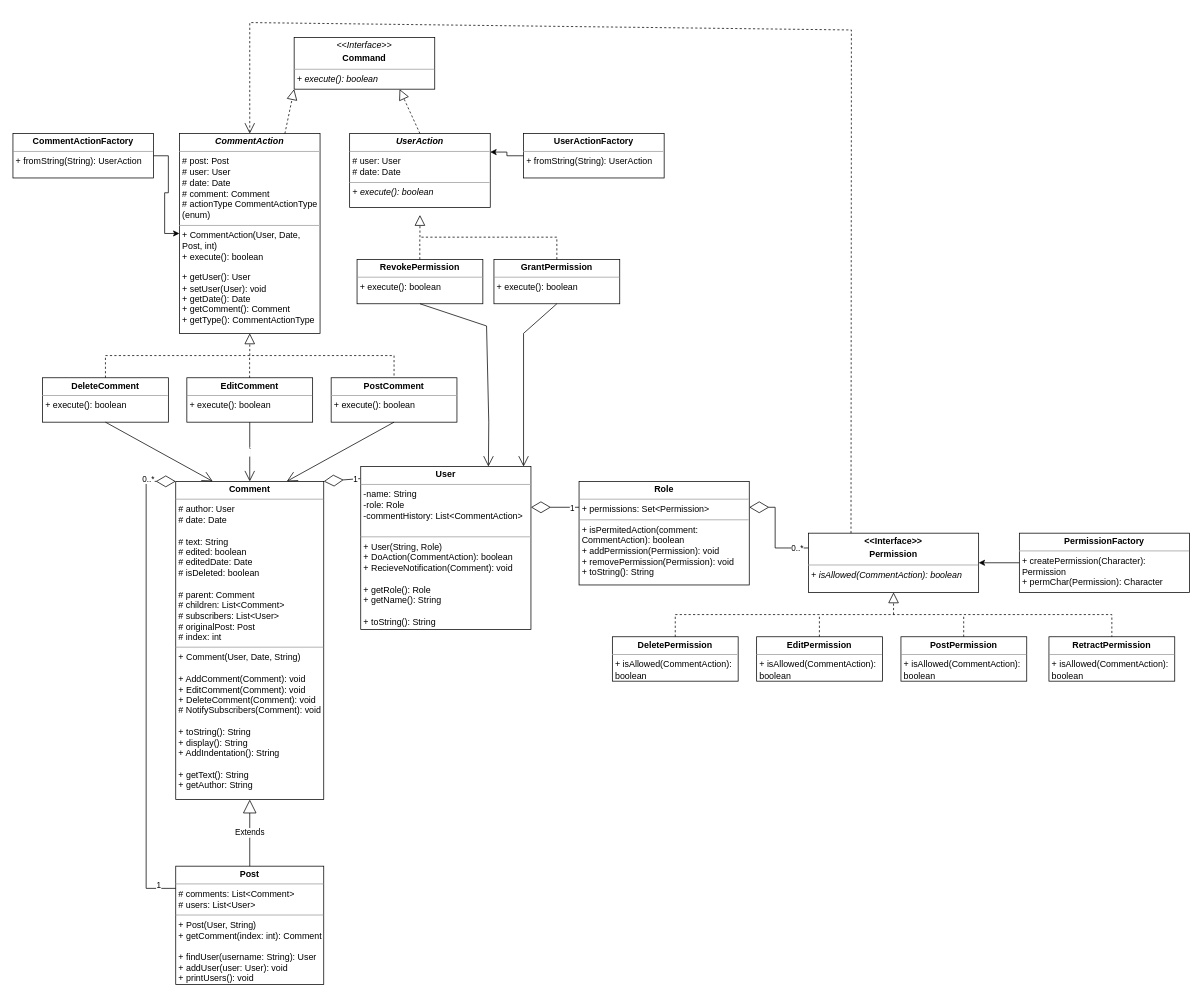
This is UML.drawio from pricedown/ThreadedComments, a draw.io file, before an edit. Source tidied: cells renumbered, new cells numbered last; positions are measured from the earlier drawing's top-left corner, leaving out a move shared by most shapes. Both pictures are drawn from the tidied source at 74%, with x=0, y=0 at pixel (13, 15).
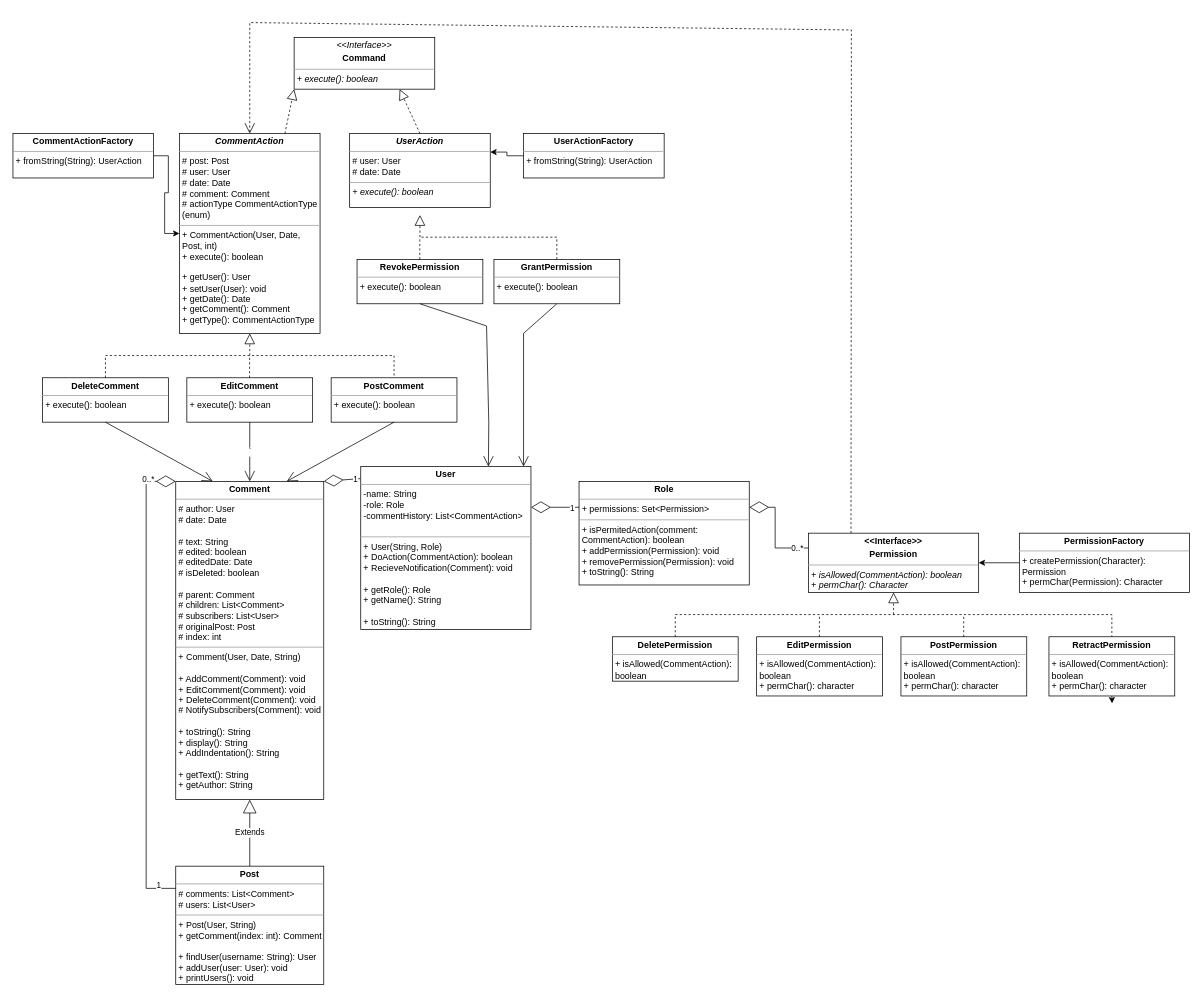
Above is the later version.

Commit message (it also covers changes not shown here):
Better permission scalability

The change refers to these unchanged cells:
```xml
<mxCell id="41" style="group;" parent="40" vertex="1">
  <mxGeometry width="1090" height="640" as="geometry" />
</mxCell>
```

Diff of the diagram source:
```diff
@@
     <mxCell id="42" style="group;" parent="41" vertex="1">
-      <mxGeometry x="265" width="825" height="270" as="geometry" />
+      <mxGeometry x="265" width="825" height="290" as="geometry" />
     </mxCell>
@@
-    <mxCell id="44" value="&lt;p style=&quot;margin:0px;margin-top:4px;text-align:center;&quot;&gt;&lt;b&gt;&amp;lt;&amp;lt;Interface&amp;gt;&amp;gt;&lt;/b&gt;&lt;/p&gt;&lt;p style=&quot;margin:0px;margin-top:4px;text-align:center;&quot;&gt;&lt;b&gt;Permission&lt;/b&gt;&lt;/p&gt;&lt;hr size=&quot;1&quot;&gt;&lt;p style=&quot;margin:0px;margin-left:4px;&quot;&gt;&lt;span style=&quot;background-color: initial;&quot;&gt;&lt;i&gt;+ isAllowed(CommentAction): boolean&lt;/i&gt;&lt;/span&gt;&lt;/p&gt;" style="verticalAlign=top;align=left;overflow=fill;fontSize=12;fontFamily=Helvetica;html=1;whiteSpace=wrap;" parent="42" vertex="1">
+    <mxCell id="44" value="&lt;p style=&quot;margin:0px;margin-top:4px;text-align:center;&quot;&gt;&lt;b&gt;&amp;lt;&amp;lt;Interface&amp;gt;&amp;gt;&lt;/b&gt;&lt;/p&gt;&lt;p style=&quot;margin:0px;margin-top:4px;text-align:center;&quot;&gt;&lt;b&gt;Permission&lt;/b&gt;&lt;/p&gt;&lt;hr size=&quot;1&quot;&gt;&lt;p style=&quot;margin:0px;margin-left:4px;&quot;&gt;&lt;span style=&quot;background-color: initial;&quot;&gt;&lt;i&gt;+ isAllowed(CommentAction): boolean&lt;/i&gt;&lt;/span&gt;&lt;/p&gt;&lt;p style=&quot;margin:0px;margin-left:4px;&quot;&gt;&lt;i&gt;+ permChar(): Character&lt;/i&gt;&lt;/p&gt;" style="verticalAlign=top;align=left;overflow=fill;fontSize=12;fontFamily=Helvetica;html=1;whiteSpace=wrap;" parent="42" vertex="1">
       <mxGeometry x="310" y="70" width="230" height="80" as="geometry" />
     </mxCell>
@@
-    <mxCell id="46" value="&lt;p style=&quot;margin:0px;margin-top:4px;text-align:center;&quot;&gt;&lt;b&gt;EditPermission&lt;/b&gt;&lt;/p&gt;&lt;hr size=&quot;1&quot;&gt;&lt;p style=&quot;margin:0px;margin-left:4px;&quot;&gt;&lt;span style=&quot;background-color: initial;&quot;&gt;+ isAllowed(CommentAction): boolean&lt;/span&gt;&lt;/p&gt;" style="verticalAlign=top;align=left;overflow=fill;fontSize=12;fontFamily=Helvetica;html=1;whiteSpace=wrap;" parent="42" vertex="1">
-      <mxGeometry x="240" y="210" width="170" height="60" as="geometry" />
+    <mxCell id="46" value="&lt;p style=&quot;margin:0px;margin-top:4px;text-align:center;&quot;&gt;&lt;b&gt;EditPermission&lt;/b&gt;&lt;/p&gt;&lt;hr size=&quot;1&quot;&gt;&lt;p style=&quot;margin:0px;margin-left:4px;&quot;&gt;&lt;span style=&quot;background-color: initial;&quot;&gt;+ isAllowed(CommentAction): boolean&lt;/span&gt;&lt;/p&gt;&lt;p style=&quot;margin:0px;margin-left:4px;&quot;&gt;&lt;span style=&quot;background-color: initial;&quot;&gt;+ permChar(): character&lt;/span&gt;&lt;/p&gt;" style="verticalAlign=top;align=left;overflow=fill;fontSize=12;fontFamily=Helvetica;html=1;whiteSpace=wrap;" parent="42" vertex="1">
+      <mxGeometry x="240" y="210" width="170" height="80" as="geometry" />
     </mxCell>
+    <mxCell id="62" style="edgeStyle=orthogonalEdgeStyle;rounded=0;jettySize=auto;html=1;exitX=0.5;exitY=1;exitDx=0;exitDy=0;" parent="42" edge="1" source="47">
+      <mxGeometry relative="1" as="geometry">
+        <mxPoint x="720.3" y="300" as="targetPoint" />
+      </mxGeometry>
+    </mxCell>
-    <mxCell id="47" value="&lt;p style=&quot;margin:0px;margin-top:4px;text-align:center;&quot;&gt;&lt;b&gt;RetractPermission&lt;/b&gt;&lt;/p&gt;&lt;hr size=&quot;1&quot;&gt;&lt;p style=&quot;margin:0px;margin-left:4px;&quot;&gt;&lt;span style=&quot;background-color: initial;&quot;&gt;+ isAllowed(CommentAction): boolean&lt;/span&gt;&lt;/p&gt;" style="verticalAlign=top;align=left;overflow=fill;fontSize=12;fontFamily=Helvetica;html=1;whiteSpace=wrap;" parent="42" vertex="1">
-      <mxGeometry x="635" y="210" width="170" height="60" as="geometry" />
+    <mxCell id="47" value="&lt;p style=&quot;margin:0px;margin-top:4px;text-align:center;&quot;&gt;&lt;b&gt;RetractPermission&lt;/b&gt;&lt;/p&gt;&lt;hr size=&quot;1&quot;&gt;&lt;p style=&quot;margin:0px;margin-left:4px;&quot;&gt;&lt;span style=&quot;background-color: initial;&quot;&gt;+ isAllowed(CommentAction): boolean&lt;/span&gt;&lt;/p&gt;&lt;p style=&quot;margin:0px;margin-left:4px;&quot;&gt;+ permChar(): character&lt;span style=&quot;background-color: initial;&quot;&gt;&lt;br&gt;&lt;/span&gt;&lt;/p&gt;" style="verticalAlign=top;align=left;overflow=fill;fontSize=12;fontFamily=Helvetica;html=1;whiteSpace=wrap;" parent="42" vertex="1">
+      <mxGeometry x="635" y="210" width="170" height="80" as="geometry" />
     </mxCell>
-    <mxCell id="48" value="&lt;p style=&quot;margin:0px;margin-top:4px;text-align:center;&quot;&gt;&lt;b&gt;PostPermission&lt;/b&gt;&lt;/p&gt;&lt;hr size=&quot;1&quot;&gt;&lt;p style=&quot;margin:0px;margin-left:4px;&quot;&gt;&lt;span style=&quot;background-color: initial;&quot;&gt;+ isAllowed(CommentAction): boolean&lt;/span&gt;&lt;/p&gt;" style="verticalAlign=top;align=left;overflow=fill;fontSize=12;fontFamily=Helvetica;html=1;whiteSpace=wrap;" parent="42" vertex="1">
-      <mxGeometry x="435" y="210" width="170" height="60" as="geometry" />
+    <mxCell id="48" value="&lt;p style=&quot;margin:0px;margin-top:4px;text-align:center;&quot;&gt;&lt;b&gt;PostPermission&lt;/b&gt;&lt;/p&gt;&lt;hr size=&quot;1&quot;&gt;&lt;p style=&quot;margin:0px;margin-left:4px;&quot;&gt;&lt;span style=&quot;background-color: initial;&quot;&gt;+ isAllowed(CommentAction): boolean&lt;/span&gt;&lt;/p&gt;&lt;p style=&quot;margin:0px;margin-left:4px;&quot;&gt;+ permChar(): character&lt;span style=&quot;background-color: initial;&quot;&gt;&lt;br&gt;&lt;/span&gt;&lt;/p&gt;" style="verticalAlign=top;align=left;overflow=fill;fontSize=12;fontFamily=Helvetica;html=1;whiteSpace=wrap;" parent="42" vertex="1">
+      <mxGeometry x="435" y="210" width="170" height="80" as="geometry" />
     </mxCell>
```
